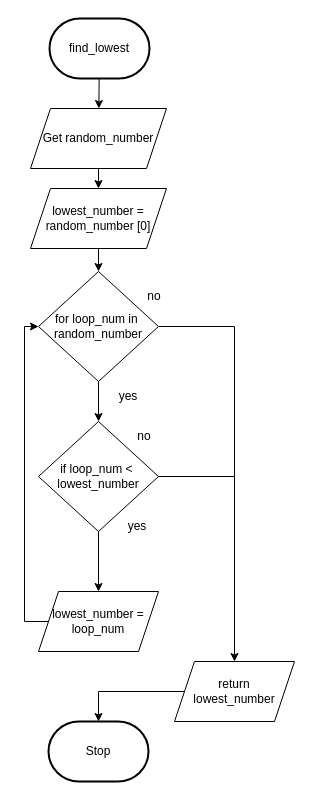
Before: Draw.io/Flowchart.drawio in Peter-Gemmell/ICS3U-Unit6-03-Python, a draw.io diagram. Source tidied: cells renumbered, new cells numbered last; positions are measured from the earlier drawing's top-left corner, leaving out a move shared by most shapes. Both pictures are drawn from the tidied source at 100%, with x=0, y=0 at pixel (24, 18).
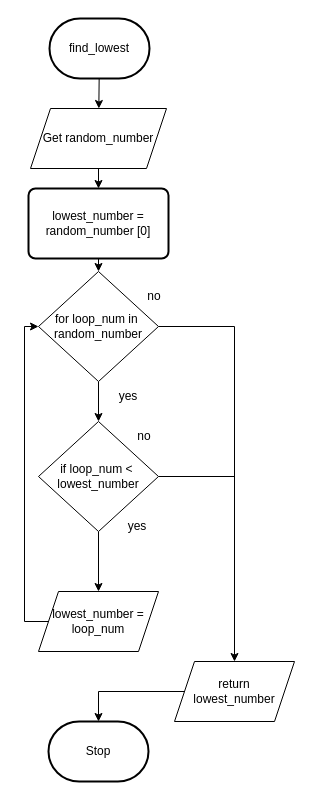
After the change.

Unchanged cells that the change refers to:
```xml
<mxCell id="8" value="for loop_num in&amp;nbsp;&lt;br&gt;random_number" style="rhombus;whiteSpace=wrap;html=1;" parent="1" vertex="1">
  <mxGeometry x="14" y="253" width="120" height="110" as="geometry" />
</mxCell>
<mxCell id="14" value="Get random_number" style="shape=parallelogram;perimeter=parallelogramPerimeter;whiteSpace=wrap;html=1;fixedSize=1;" parent="1" vertex="1">
  <mxGeometry x="6" y="90" width="136" height="60" as="geometry" />
</mxCell>
```

Change to the diagram source:
```diff
@@
-    <mxCell id="13" style="edgeStyle=none;html=1;exitX=0.5;exitY=1;exitDx=0;exitDy=0;entryX=0.5;entryY=0;entryDx=0;entryDy=0;" parent="1" edge="1" source="14" target="23">
-      <mxGeometry relative="1" as="geometry" />
+    <mxCell id="13" style="edgeStyle=none;html=1;exitX=0.5;exitY=1;exitDx=0;exitDy=0;entryX=0.5;entryY=0;entryDx=0;entryDy=0;" parent="1" edge="1" source="14">
+      <mxGeometry relative="1" as="geometry">
+        <mxPoint x="74" y="170" as="targetPoint" />
+      </mxGeometry>
     </mxCell>
@@
-    <mxCell id="22" style="edgeStyle=none;html=1;exitX=0.5;exitY=1;exitDx=0;exitDy=0;entryX=0.5;entryY=0;entryDx=0;entryDy=0;" parent="1" edge="1" source="23" target="8">
-      <mxGeometry relative="1" as="geometry" />
+    <mxCell id="22" style="edgeStyle=none;html=1;exitX=0.5;exitY=1;exitDx=0;exitDy=0;entryX=0.5;entryY=0;entryDx=0;entryDy=0;" parent="1" edge="1" target="8">
+      <mxGeometry relative="1" as="geometry">
+        <mxPoint x="74" y="230" as="sourcePoint" />
+      </mxGeometry>
     </mxCell>
-    <mxCell id="23" value="lowest_number = random_number [0]" style="shape=parallelogram;perimeter=parallelogramPerimeter;whiteSpace=wrap;html=1;fixedSize=1;" parent="1" vertex="1">
-      <mxGeometry x="6" y="170" width="136" height="60" as="geometry" />
+    <mxCell id="23" value="&lt;span&gt;lowest_number = random_number [0]&lt;/span&gt;" style="rounded=1;whiteSpace=wrap;html=1;absoluteArcSize=1;arcSize=14;strokeWidth=2;" parent="1" vertex="1">
+      <mxGeometry x="4" y="170" width="140" height="70" as="geometry" />
     </mxCell>
```
